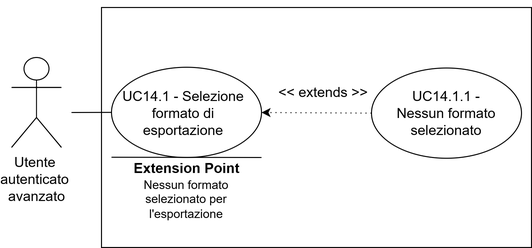
Earlier version of the draw.io export assets/diagrams/UC14_1.png (SkarabGroup/DocumentazioneProgetto). Source tidied: cells renumbered, new cells last; positions are measured from the earlier drawing's top-left corner, leaving out a move shared by most shapes. The source it was exported from:
```xml
<mxGraphModel>
  <root>
    <mxCell id="0" />
    <mxCell id="1" parent="0" />
    <mxCell id="2" value="&lt;font style=&quot;font-size: 14px;&quot;&gt;Utente&lt;/font&gt;&lt;font style=&quot;font-size: 12px;&quot;&gt;&amp;nbsp;&lt;/font&gt;&lt;div&gt;&lt;font style=&quot;&quot;&gt;&lt;font style=&quot;font-size: 14px;&quot;&gt;autenticato&lt;/font&gt;&lt;span style=&quot;font-size: 14px;&quot;&gt;&amp;nbsp;&lt;/span&gt;&lt;/font&gt;&lt;/div&gt;&lt;div&gt;&lt;font style=&quot;font-size: 14px;&quot;&gt;avanzato&lt;/font&gt;&lt;/div&gt;" style="shape=umlActor;verticalLabelPosition=bottom;verticalAlign=top;html=1;" parent="1" vertex="1">
      <mxGeometry y="50" width="50" height="90" as="geometry" />
    </mxCell>
    <mxCell id="3" style="rounded=0;whiteSpace=wrap;html=1;" parent="1" vertex="1">
      <mxGeometry x="90" width="430" height="240" as="geometry" />
    </mxCell>
    <mxCell id="4" style="endArrow=none;html=1;rounded=0;" parent="1" edge="1" target="5">
      <mxGeometry relative="1" as="geometry">
        <mxPoint x="60" y="105" as="sourcePoint" />
      </mxGeometry>
    </mxCell>
    <mxCell id="5" style="ellipse;whiteSpace=wrap;html=1;" parent="1" vertex="1">
      <mxGeometry x="100" y="59.8" width="150" height="90.2" as="geometry" />
    </mxCell>
    <mxCell id="6" value="&lt;font style=&quot;font-size: 14px;&quot;&gt;UC14.1 - Selezione formato di esportazione&lt;/font&gt;" style="text;html=1;whiteSpace=wrap;strokeColor=none;fillColor=none;align=center;verticalAlign=middle;rounded=0;" parent="1" vertex="1">
      <mxGeometry x="100" y="92" width="143.8" height="28.8" as="geometry" />
    </mxCell>
    <mxCell id="7" style="endArrow=classic;html=1;rounded=0;" parent="1" edge="1">
      <mxGeometry relative="1" as="geometry">
        <mxPoint x="20" as="sourcePoint" />
        <mxPoint x="20" as="targetPoint" />
      </mxGeometry>
    </mxCell>
    <mxCell id="8" style="endArrow=classic;html=1;rounded=0;exitX=0;exitY=0.5;exitDx=0;exitDy=0;dashed=1;dashPattern=1 4;" parent="1" edge="1" source="10">
      <mxGeometry relative="1" as="geometry">
        <mxPoint x="250" y="105" as="targetPoint" />
      </mxGeometry>
    </mxCell>
    <mxCell id="9" value="&lt;font style=&quot;font-size: 14px;&quot;&gt;&amp;lt;&amp;lt; extends &amp;gt;&amp;gt;&lt;/font&gt;" style="text;html=1;whiteSpace=wrap;strokeColor=none;fillColor=none;align=center;verticalAlign=middle;rounded=0;" parent="1" vertex="1">
      <mxGeometry x="264" y="70" width="96" height="30" as="geometry" />
    </mxCell>
    <mxCell id="10" style="ellipse;whiteSpace=wrap;html=1;" parent="1" vertex="1">
      <mxGeometry x="360" y="60.5" width="150" height="90.2" as="geometry" />
    </mxCell>
    <mxCell id="11" value="&lt;font style=&quot;font-size: 14px;&quot;&gt;UC14.1.1 - Nessun formato selezionato&lt;/font&gt;" style="text;html=1;whiteSpace=wrap;strokeColor=none;fillColor=none;align=center;verticalAlign=middle;rounded=0;" parent="1" vertex="1">
      <mxGeometry x="376.2" y="88.1" width="117.5" height="35.1" as="geometry" />
    </mxCell>
    <mxCell id="12" style="endArrow=none;html=1;rounded=0;" parent="1" edge="1">
      <mxGeometry relative="1" as="geometry">
        <mxPoint x="100" y="149.8" as="sourcePoint" />
        <mxPoint x="250" y="150" as="targetPoint" />
      </mxGeometry>
    </mxCell>
    <mxCell id="13" value="&lt;b&gt;&lt;font style=&quot;font-size: 14px;&quot;&gt;Extension Point&lt;/font&gt;&lt;/b&gt;" style="text;html=1;whiteSpace=wrap;strokeColor=none;fillColor=none;align=center;verticalAlign=middle;rounded=0;" parent="1" vertex="1">
      <mxGeometry x="112.5" y="145.8" width="125" height="30" as="geometry" />
    </mxCell>
    <mxCell id="14" value="Nessun formato selezionato per l'esportazione" style="text;html=1;whiteSpace=wrap;strokeColor=none;fillColor=none;align=center;verticalAlign=middle;rounded=0;" parent="1" vertex="1">
      <mxGeometry x="125" y="176.8" width="100" height="30" as="geometry" />
    </mxCell>
  </root>
</mxGraphModel>
```
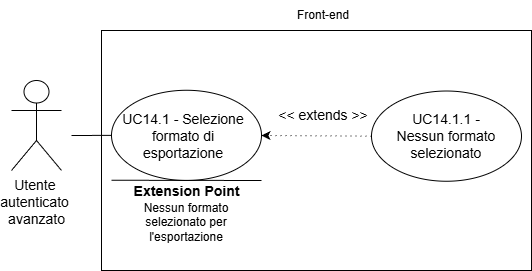
After the change.

The edit, as a diff of the source:
```diff
@@ -2,49 +2,58 @@
   <root>
     <mxCell id="0" />
     <mxCell id="1" parent="0" />
+    <mxCell id="15" value="Front-end" style="text;html=1;whiteSpace=wrap;strokeColor=none;fillColor=none;align=center;verticalAlign=middle;rounded=0;" parent="1" vertex="1">
+      <mxGeometry x="282" y="-30" width="60" height="30" as="geometry" />
+    </mxCell>
+    <mxCell id="16" style="endArrow=classic;html=1;rounded=0;" parent="1" edge="1">
+      <mxGeometry relative="1" as="geometry">
+        <mxPoint x="24" y="-15" as="sourcePoint" />
+        <mxPoint x="24" y="-15" as="targetPoint" />
+      </mxGeometry>
+    </mxCell>
     <mxCell id="2" value="&lt;font style=&quot;font-size: 14px;&quot;&gt;Utente&lt;/font&gt;&lt;font style=&quot;font-size: 12px;&quot;&gt;&amp;nbsp;&lt;/font&gt;&lt;div&gt;&lt;font style=&quot;&quot;&gt;&lt;font style=&quot;font-size: 14px;&quot;&gt;autenticato&lt;/font&gt;&lt;span style=&quot;font-size: 14px;&quot;&gt;&amp;nbsp;&lt;/span&gt;&lt;/font&gt;&lt;/div&gt;&lt;div&gt;&lt;font style=&quot;font-size: 14px;&quot;&gt;avanzato&lt;/font&gt;&lt;/div&gt;" style="shape=umlActor;verticalLabelPosition=bottom;verticalAlign=top;html=1;" parent="1" vertex="1">
       <mxGeometry y="50" width="50" height="90" as="geometry" />
     </mxCell>
-    <mxCell id="3" style="rounded=0;whiteSpace=wrap;html=1;" parent="1" vertex="1">
-      <mxGeometry x="90" width="430" height="240" as="geometry" />
-    </mxCell>
-    <mxCell id="4" style="endArrow=none;html=1;rounded=0;" parent="1" edge="1" target="5">
-      <mxGeometry relative="1" as="geometry">
-        <mxPoint x="60" y="105" as="sourcePoint" />
-      </mxGeometry>
-    </mxCell>
-    <mxCell id="5" style="ellipse;whiteSpace=wrap;html=1;" parent="1" vertex="1">
-      <mxGeometry x="100" y="59.8" width="150" height="90.2" as="geometry" />
-    </mxCell>
+    <mxCell id="17" style="rounded=0;whiteSpace=wrap;html=1;" parent="1" vertex="1">
+      <mxGeometry x="90" width="430" height="240" as="geometry" />
+    </mxCell>
+    <mxCell id="18" style="endArrow=none;html=1;rounded=0;" parent="1" edge="1" target="19">
+      <mxGeometry relative="1" as="geometry">
+        <mxPoint x="60" y="105" as="sourcePoint" />
+      </mxGeometry>
+    </mxCell>
+    <mxCell id="19" style="ellipse;whiteSpace=wrap;html=1;" parent="1" vertex="1">
+      <mxGeometry x="100" y="59.8" width="150" height="90.2" as="geometry" />
+    </mxCell>
     <mxCell id="6" value="&lt;font style=&quot;font-size: 14px;&quot;&gt;UC14.1 - Selezione formato di esportazione&lt;/font&gt;" style="text;html=1;whiteSpace=wrap;strokeColor=none;fillColor=none;align=center;verticalAlign=middle;rounded=0;" parent="1" vertex="1">
       <mxGeometry x="100" y="92" width="143.8" height="28.8" as="geometry" />
     </mxCell>
-    <mxCell id="7" style="endArrow=classic;html=1;rounded=0;" parent="1" edge="1">
-      <mxGeometry relative="1" as="geometry">
-        <mxPoint x="20" as="sourcePoint" />
-        <mxPoint x="20" as="targetPoint" />
-      </mxGeometry>
-    </mxCell>
-    <mxCell id="8" style="endArrow=classic;html=1;rounded=0;exitX=0;exitY=0.5;exitDx=0;exitDy=0;dashed=1;dashPattern=1 4;" parent="1" edge="1" source="10">
-      <mxGeometry relative="1" as="geometry">
-        <mxPoint x="250" y="105" as="targetPoint" />
-      </mxGeometry>
-    </mxCell>
+    <mxCell id="20" style="endArrow=classic;html=1;rounded=0;" parent="1" edge="1">
+      <mxGeometry relative="1" as="geometry">
+        <mxPoint x="20" as="sourcePoint" />
+        <mxPoint x="20" as="targetPoint" />
+      </mxGeometry>
+    </mxCell>
+    <mxCell id="21" style="endArrow=classic;html=1;rounded=0;exitX=0;exitY=0.5;exitDx=0;exitDy=0;dashed=1;dashPattern=1 4;" parent="1" edge="1" source="22">
+      <mxGeometry relative="1" as="geometry">
+        <mxPoint x="250" y="105" as="targetPoint" />
+      </mxGeometry>
+    </mxCell>
     <mxCell id="9" value="&lt;font style=&quot;font-size: 14px;&quot;&gt;&amp;lt;&amp;lt; extends &amp;gt;&amp;gt;&lt;/font&gt;" style="text;html=1;whiteSpace=wrap;strokeColor=none;fillColor=none;align=center;verticalAlign=middle;rounded=0;" parent="1" vertex="1">
       <mxGeometry x="264" y="70" width="96" height="30" as="geometry" />
     </mxCell>
-    <mxCell id="10" style="ellipse;whiteSpace=wrap;html=1;" parent="1" vertex="1">
-      <mxGeometry x="360" y="60.5" width="150" height="90.2" as="geometry" />
-    </mxCell>
+    <mxCell id="22" style="ellipse;whiteSpace=wrap;html=1;" parent="1" vertex="1">
+      <mxGeometry x="360" y="60.5" width="150" height="90.2" as="geometry" />
+    </mxCell>
     <mxCell id="11" value="&lt;font style=&quot;font-size: 14px;&quot;&gt;UC14.1.1 - Nessun formato selezionato&lt;/font&gt;" style="text;html=1;whiteSpace=wrap;strokeColor=none;fillColor=none;align=center;verticalAlign=middle;rounded=0;" parent="1" vertex="1">
       <mxGeometry x="376.2" y="88.1" width="117.5" height="35.1" as="geometry" />
     </mxCell>
-    <mxCell id="12" style="endArrow=none;html=1;rounded=0;" parent="1" edge="1">
-      <mxGeometry relative="1" as="geometry">
-        <mxPoint x="100" y="149.8" as="sourcePoint" />
-        <mxPoint x="250" y="150" as="targetPoint" />
-      </mxGeometry>
-    </mxCell>
+    <mxCell id="23" style="endArrow=none;html=1;rounded=0;" parent="1" edge="1">
+      <mxGeometry relative="1" as="geometry">
+        <mxPoint x="100" y="149.8" as="sourcePoint" />
+        <mxPoint x="250" y="150" as="targetPoint" />
+      </mxGeometry>
+    </mxCell>
     <mxCell id="13" value="&lt;b&gt;&lt;font style=&quot;font-size: 14px;&quot;&gt;Extension Point&lt;/font&gt;&lt;/b&gt;" style="text;html=1;whiteSpace=wrap;strokeColor=none;fillColor=none;align=center;verticalAlign=middle;rounded=0;" parent="1" vertex="1">
       <mxGeometry x="112.5" y="145.8" width="125" height="30" as="geometry" />
     </mxCell>
```
